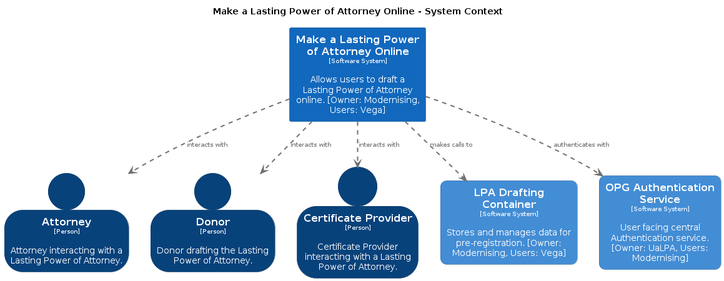
ministryofjustice/opg-technical-guidance keeps this PlantUML diagram as dsl/poas/structurizr-SystemContext-001.png. Above is the earlier version.
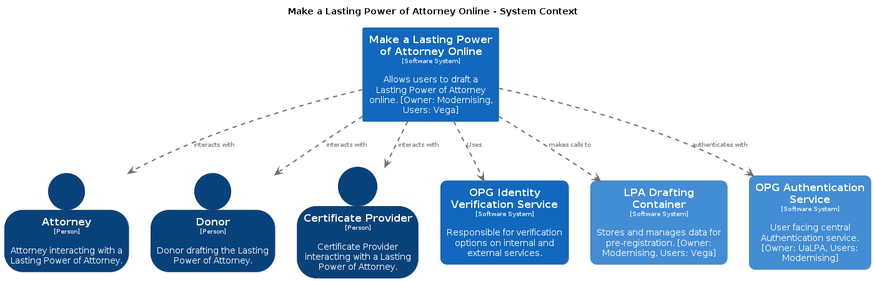
The same file after the commit.

Change to the diagram source:
```diff
@@ -51,17 +51,26 @@
   roundCorner 20
   shadowing false
 }
+skinparam rectangle<<OPGIdentityVerificationService>> {
+  BackgroundColor #1168bd
+  FontColor #ffffff
+  BorderColor #0b4884
+  roundCorner 20
+  shadowing false
+}
 
 person "==Attorney\n<size:10>[Person]</size>\n\nAttorney interacting with a Lasting Power of Attorney." <<Attorney>> as Attorney
 person "==Donor\n<size:10>[Person]</size>\n\nDonor drafting the Lasting Power of Attorney." <<Donor>> as Donor
 person "==Certificate Provider\n<size:10>[Person]</size>\n\nCertificate Provider interacting with a Lasting Power of Attorney." <<CertificateProvider>> as CertificateProvider
+rectangle "==OPG Identity Verification Service\n<size:10>[Software System]</size>\n\nResponsible for verification options on internal and external services." <<OPGIdentityVerificationService>> as OPGIdentityVerificationService
 rectangle "==Make a Lasting Power of Attorney Online\n<size:10>[Software System]</size>\n\nAllows users to draft a Lasting Power of Attorney online. [Owner: Modernising, Users: Vega]" <<MakeaLastingPowerofAttorneyOnline>> as MakeaLastingPowerofAttorneyOnline
 rectangle "==LPA Drafting Container\n<size:10>[Software System]</size>\n\nStores and manages data for pre-registration. [Owner: Modernising, Users: Vega]" <<LPADraftingContainer>> as LPADraftingContainer
 rectangle "==OPG Authentication Service\n<size:10>[Software System]</size>\n\nUser facing central Authentication service. [Owner: UaLPA, Users: Modernising]" <<OPGAuthenticationService>> as OPGAuthenticationService
 
+MakeaLastingPowerofAttorneyOnline .[#707070,thickness=2].> OPGAuthenticationService : "<color:#707070>authenticates with"
+MakeaLastingPowerofAttorneyOnline .[#707070,thickness=2].> OPGIdentityVerificationService : "<color:#707070>Uses"
 MakeaLastingPowerofAttorneyOnline .[#707070,thickness=2].> Donor : "<color:#707070>interacts with"
 MakeaLastingPowerofAttorneyOnline .[#707070,thickness=2].> Attorney : "<color:#707070>interacts with"
 MakeaLastingPowerofAttorneyOnline .[#707070,thickness=2].> CertificateProvider : "<color:#707070>interacts with"
 MakeaLastingPowerofAttorneyOnline .[#707070,thickness=2].> LPADraftingContainer : "<color:#707070>makes calls to"
-MakeaLastingPowerofAttorneyOnline .[#707070,thickness=2].> OPGAuthenticationService : "<color:#707070>authenticates with"
 @enduml
```
